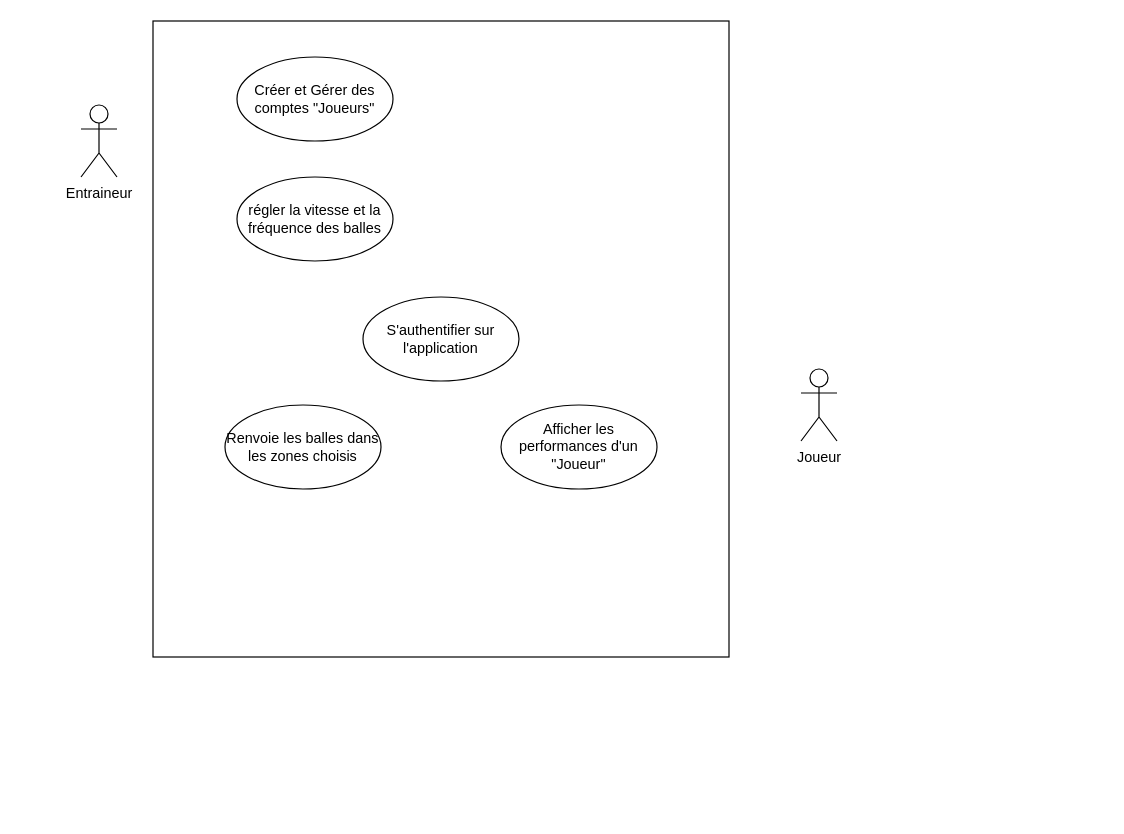
Before: Diagramme de CU.drawio in Hazim-AS/SensorPong, a draw.io diagram. Source tidied: cells renumbered, new cells numbered last; positions are measured from the earlier drawing's top-left corner, leaving out a move shared by most shapes. Both pictures are drawn from the tidied source at 120%, with x=0, y=0 at pixel (80, 20).
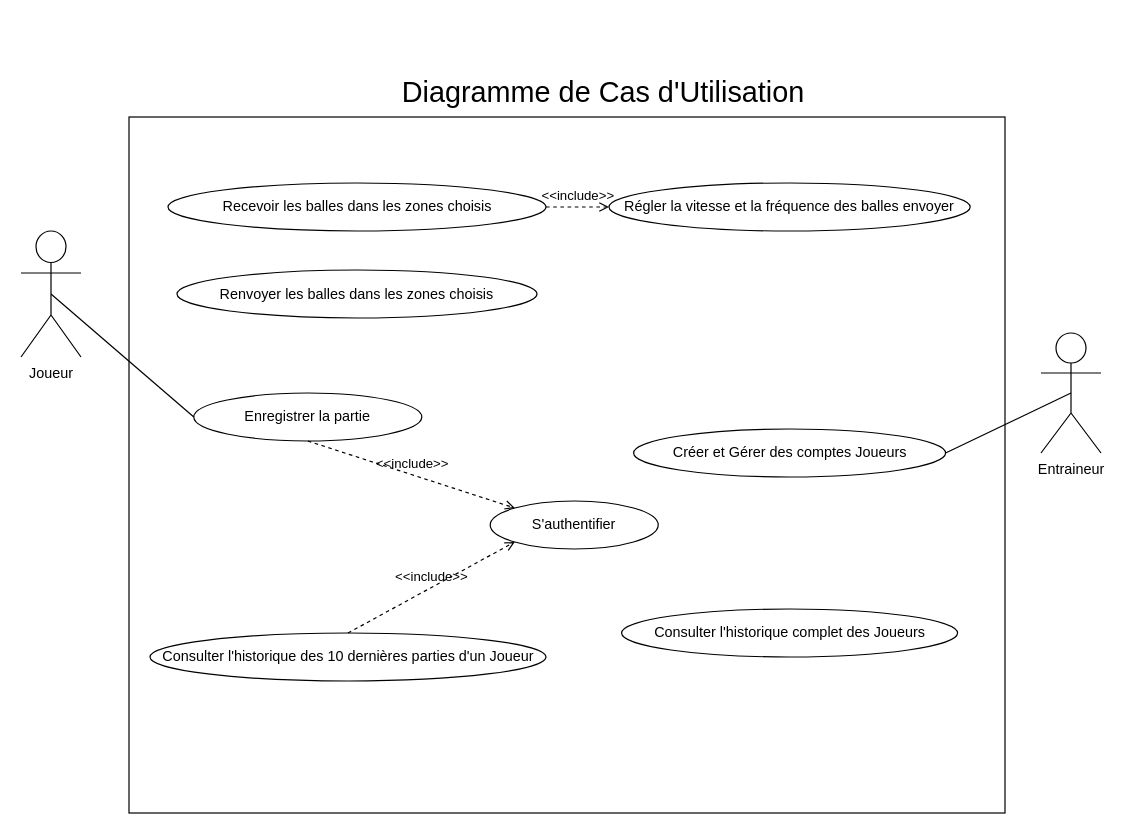
The same diagram, later.

What changed in the source:
```diff
@@
 <mxGraphModel>
   <root>
     <mxCell id="0" />
     <mxCell id="1" parent="0" />
+    <mxCell id="3" style="rounded=0;whiteSpace=wrap;html=1;" parent="1" vertex="1">
+      <mxGeometry x="40" y="80" width="730" height="580" as="geometry" />
+    </mxCell>
     <mxCell id="2" value="Entraineur" style="shape=umlActor;verticalLabelPosition=bottom;verticalAlign=top;html=1;outlineConnect=0;" parent="1" vertex="1">
-      <mxGeometry y="70" width="30" height="60" as="geometry" />
+      <mxGeometry x="800" y="260" width="50" height="100" as="geometry" />
     </mxCell>
-    <mxCell id="3" style="rounded=0;whiteSpace=wrap;html=1;" parent="1" vertex="1">
-      <mxGeometry x="60" width="480" height="530" as="geometry" />
-    </mxCell>
-    <mxCell id="4" value="Créer et Gérer des comptes &quot;Joueurs&quot;" style="ellipse;whiteSpace=wrap;html=1;" parent="1" vertex="1">
-      <mxGeometry x="130" y="30" width="130" height="70" as="geometry" />
+    <mxCell id="4" value="Créer et Gérer des comptes Joueurs" style="ellipse;whiteSpace=wrap;html=1;" parent="1" vertex="1">
+      <mxGeometry x="460.5" y="340" width="260" height="40" as="geometry" />
     </mxCell>
-    <mxCell id="5" value="S'authentifier sur l'application" style="ellipse;whiteSpace=wrap;html=1;" parent="1" vertex="1">
-      <mxGeometry x="235" y="230" width="130" height="70" as="geometry" />
-    </mxCell>
     <mxCell id="6" value="Joueur&lt;br&gt;" style="shape=umlActor;verticalLabelPosition=bottom;verticalAlign=top;html=1;outlineConnect=0;" parent="1" vertex="1">
-      <mxGeometry x="600" y="290" width="30" height="60" as="geometry" />
+      <mxGeometry x="-50" y="175" width="50" height="105" as="geometry" />
     </mxCell>
-    <mxCell id="7" value="régler la vitesse et la fréquence des balles" style="ellipse;whiteSpace=wrap;html=1;" parent="1" vertex="1">
-      <mxGeometry x="130" y="130" width="130" height="70" as="geometry" />
+    <mxCell id="7" value="Régler la vitesse et la fréquence des balles envoyer" style="ellipse;whiteSpace=wrap;html=1;" parent="1" vertex="1">
+      <mxGeometry x="440" y="135" width="301" height="40" as="geometry" />
     </mxCell>
-    <mxCell id="8" value="Renvoie les balles dans les zones choisis&lt;br&gt;" style="ellipse;whiteSpace=wrap;html=1;" parent="1" vertex="1">
-      <mxGeometry x="120" y="320" width="130" height="70" as="geometry" />
+    <mxCell id="8" value="Recevoir les balles dans les zones choisis" style="ellipse;whiteSpace=wrap;html=1;" parent="1" vertex="1">
+      <mxGeometry x="72.5" y="135" width="315" height="40" as="geometry" />
     </mxCell>
-    <mxCell id="9" value="Afficher les performances d'un &quot;Joueur&quot;" style="ellipse;whiteSpace=wrap;html=1;" parent="1" vertex="1">
-      <mxGeometry x="350" y="320" width="130" height="70" as="geometry" />
-    </mxCell>
+    <mxCell id="10" value="Renvoyer les balles dans les zones choisis" style="ellipse;whiteSpace=wrap;html=1;" parent="1" vertex="1">
+      <mxGeometry x="80" y="207.5" width="300" height="40" as="geometry" />
+    </mxCell>
+    <mxCell id="11" value="&amp;lt;&amp;lt;include&amp;gt;&amp;gt;" style="html=1;verticalAlign=bottom;labelBackgroundColor=none;endArrow=open;endFill=0;dashed=1;rounded=0;exitX=1;exitY=0.5;exitDx=0;exitDy=0;entryX=0;entryY=0.5;entryDx=0;entryDy=0;" parent="1" edge="1" source="8" target="7">
+      <mxGeometry relative="1" as="geometry" />
+    </mxCell>
+    <mxCell id="12" value="Enregistrer la partie" style="ellipse;whiteSpace=wrap;html=1;" parent="1" vertex="1">
+      <mxGeometry x="94" y="310" width="190" height="40" as="geometry" />
+    </mxCell>
+    <mxCell id="13" value="S'authentifier" style="ellipse;whiteSpace=wrap;html=1;" parent="1" vertex="1">
+      <mxGeometry x="341" y="400" width="140" height="40" as="geometry" />
+    </mxCell>
+    <mxCell id="14" value="Consulter&amp;nbsp;l'historique complet des Joueurs" style="ellipse;whiteSpace=wrap;html=1;" parent="1" vertex="1">
+      <mxGeometry x="450.5" y="490" width="280" height="40" as="geometry" />
+    </mxCell>
+    <mxCell id="15" value="Consulter&amp;nbsp;l'historique des 10 dernières parties d'un Joueur" style="ellipse;whiteSpace=wrap;html=1;" parent="1" vertex="1">
+      <mxGeometry x="57.5" y="510" width="330" height="40" as="geometry" />
+    </mxCell>
+    <mxCell id="16" style="edgeStyle=orthogonalEdgeStyle;rounded=0;orthogonalLoop=1;jettySize=auto;html=1;exitX=0.5;exitY=1;exitDx=0;exitDy=0;" parent="1" edge="1" source="14" target="14">
+      <mxGeometry relative="1" as="geometry" />
+    </mxCell>
+    <mxCell id="17" value="&amp;lt;&amp;lt;include&amp;gt;&amp;gt;" style="html=1;verticalAlign=bottom;labelBackgroundColor=none;endArrow=open;endFill=0;dashed=1;rounded=0;exitX=0.5;exitY=1;exitDx=0;exitDy=0;entryX=0;entryY=0;entryDx=0;entryDy=0;" parent="1" edge="1" source="12" target="13">
+      <mxGeometry relative="1" as="geometry" />
+    </mxCell>
+    <mxCell id="18" value="&amp;lt;&amp;lt;include&amp;gt;&amp;gt;" style="html=1;verticalAlign=bottom;labelBackgroundColor=none;endArrow=open;endFill=0;dashed=1;rounded=0;exitX=0.5;exitY=0;exitDx=0;exitDy=0;entryX=0;entryY=1;entryDx=0;entryDy=0;" parent="1" edge="1" source="15" target="13">
+      <mxGeometry relative="1" as="geometry" />
+    </mxCell>
+    <mxCell id="19" style="endArrow=none;html=1;rounded=0;entryX=0.5;entryY=0.5;entryDx=0;entryDy=0;entryPerimeter=0;exitX=1;exitY=0.5;exitDx=0;exitDy=0;" parent="1" edge="1" source="4" target="2">
+      <mxGeometry relative="1" as="geometry" />
+    </mxCell>
+    <mxCell id="20" value="&lt;font style=&quot;font-size: 24px&quot;&gt;Diagramme de Cas d'Utilisation&lt;/font&gt;" style="text;html=1;align=center;verticalAlign=middle;fillColor=none;strokeColor=none;rounded=0;" parent="1" vertex="1">
+      <mxGeometry x="260" y="50" width="350" height="20" as="geometry" />
+    </mxCell>
+    <mxCell id="21" style="endArrow=none;html=1;rounded=0;entryX=0.5;entryY=0.5;entryDx=0;entryDy=0;entryPerimeter=0;exitX=0;exitY=0.5;exitDx=0;exitDy=0;" parent="1" edge="1" source="12" target="6">
+      <mxGeometry relative="1" as="geometry" />
+    </mxCell>
   </root>
 </mxGraphModel>
```
